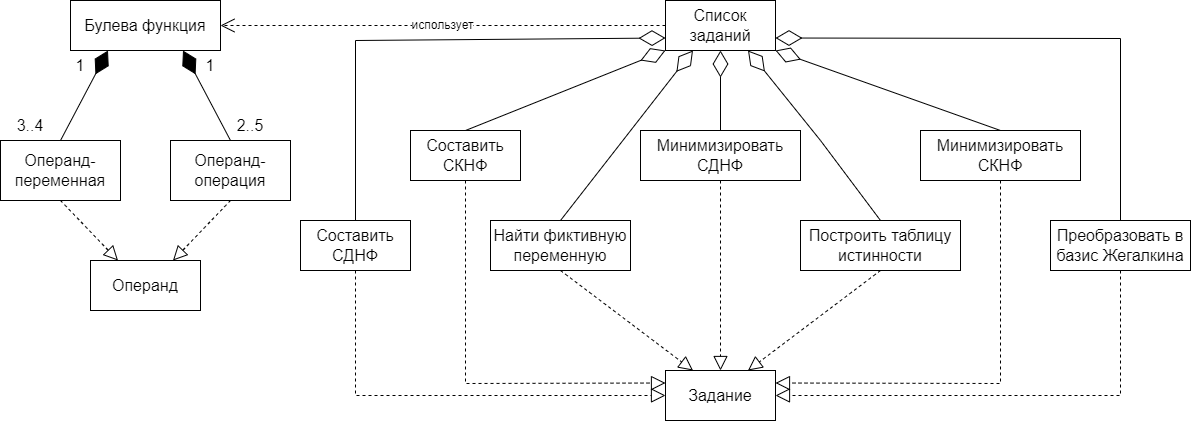
Before: Диаграмма классов предметной области.png, a diagram exported from draw.io (Lily55/TermWork_TRPS). Source tidied: cells renumbered, new cells last; positions are measured from the earlier drawing's top-left corner, leaving out a move shared by most shapes.
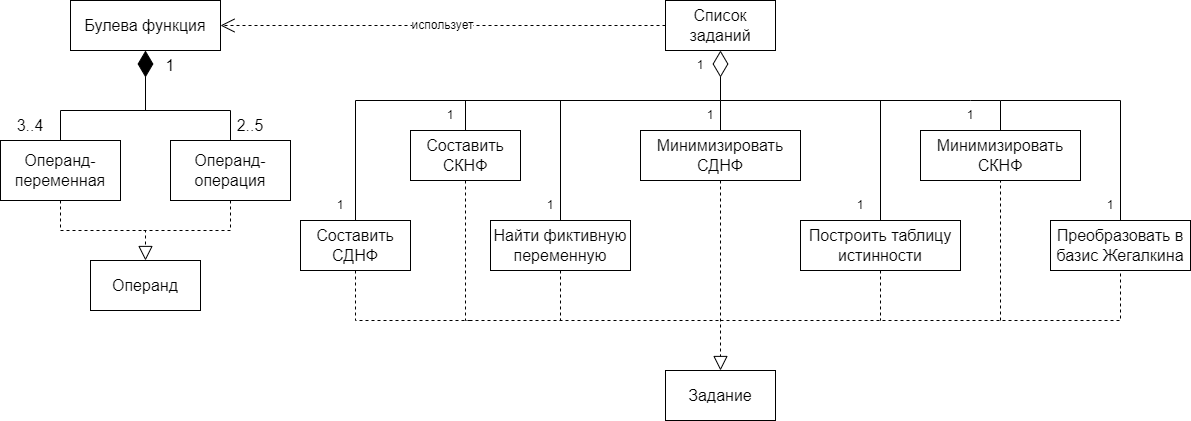
Above is the later version.

Diff of the diagram source:
```diff
@@ -5,36 +5,37 @@
     <mxCell id="2" value="Булева функция" style="html=1;whiteSpace=wrap;fontSize=16;" parent="1" vertex="1">
       <mxGeometry x="70" width="150" height="50" as="geometry" />
     </mxCell>
-    <mxCell id="3" style="endArrow=diamondThin;endFill=1;endSize=24;html=1;rounded=0;fontSize=12;curved=1;entryX=0.25;entryY=1;entryDx=0;entryDy=0;exitX=0.5;exitY=0;exitDx=0;exitDy=0;" parent="1" edge="1" source="4" target="2">
-      <mxGeometry relative="1" as="geometry" />
-    </mxCell>
     <mxCell id="4" value="Операнд-переменная" style="rounded=0;whiteSpace=wrap;html=1;fontSize=16;" parent="1" vertex="1">
       <mxGeometry y="140" width="120" height="60" as="geometry" />
     </mxCell>
     <mxCell id="5" value="Операнд-операция" style="rounded=0;whiteSpace=wrap;html=1;fontSize=16;" parent="1" vertex="1">
       <mxGeometry x="170" y="140" width="120" height="60" as="geometry" />
     </mxCell>
-    <mxCell id="6" value="1" style="text;html=1;strokeColor=none;fillColor=none;align=center;verticalAlign=middle;whiteSpace=wrap;rounded=0;fontSize=16;" parent="1" vertex="1">
-      <mxGeometry x="50" y="50" width="60" height="30" as="geometry" />
-    </mxCell>
     <mxCell id="7" value="3..4" style="text;html=1;strokeColor=none;fillColor=none;align=center;verticalAlign=middle;whiteSpace=wrap;rounded=0;fontSize=16;" parent="1" vertex="1">
       <mxGeometry y="110" width="60" height="30" as="geometry" />
     </mxCell>
-    <mxCell id="8" style="endArrow=diamondThin;endFill=1;endSize=24;html=1;rounded=0;fontSize=12;curved=1;entryX=0.75;entryY=1;entryDx=0;entryDy=0;exitX=0.5;exitY=0;exitDx=0;exitDy=0;" parent="1" edge="1" source="5" target="2">
-      <mxGeometry relative="1" as="geometry" />
+    <mxCell id="8" style="endArrow=diamondThin;endFill=1;endSize=24;html=1;rounded=0;fontSize=12;entryX=0.5;entryY=1;entryDx=0;entryDy=0;exitX=0.5;exitY=0;exitDx=0;exitDy=0;" parent="1" edge="1" source="5" target="2">
+      <mxGeometry relative="1" as="geometry">
+        <Array as="points">
+          <mxPoint x="230" y="110" />
+          <mxPoint x="145" y="110" />
+        </Array>
+      </mxGeometry>
     </mxCell>
     <mxCell id="9" value="1" style="text;html=1;strokeColor=none;fillColor=none;align=center;verticalAlign=middle;whiteSpace=wrap;rounded=0;fontSize=16;" parent="1" vertex="1">
-      <mxGeometry x="180" y="50" width="60" height="30" as="geometry" />
+      <mxGeometry x="140" y="50" width="60" height="30" as="geometry" />
     </mxCell>
     <mxCell id="10" value="2..5" style="text;html=1;strokeColor=none;fillColor=none;align=center;verticalAlign=middle;whiteSpace=wrap;rounded=0;fontSize=16;" parent="1" vertex="1">
       <mxGeometry x="220" y="110" width="60" height="30" as="geometry" />
     </mxCell>
-    <mxCell id="11" style="endArrow=block;dashed=1;endFill=0;endSize=12;html=1;rounded=0;fontSize=12;curved=1;exitX=0.5;exitY=1;exitDx=0;exitDy=0;entryX=0.25;entryY=0;entryDx=0;entryDy=0;" parent="1" edge="1" source="4" target="13">
-      <mxGeometry relative="1" as="geometry" />
+    <mxCell id="11" style="endArrow=block;dashed=1;endFill=0;endSize=12;html=1;rounded=0;fontSize=12;exitX=0.5;exitY=1;exitDx=0;exitDy=0;entryX=0.5;entryY=0;entryDx=0;entryDy=0;" parent="1" edge="1" source="4" target="13">
+      <mxGeometry relative="1" as="geometry">
+        <Array as="points">
+          <mxPoint x="60" y="230" />
+          <mxPoint x="145" y="230" />
+        </Array>
+      </mxGeometry>
     </mxCell>
-    <mxCell id="12" style="endArrow=block;dashed=1;endFill=0;endSize=12;html=1;rounded=0;fontSize=12;curved=1;exitX=0.5;exitY=1;exitDx=0;exitDy=0;entryX=0.75;entryY=0;entryDx=0;entryDy=0;" parent="1" edge="1" source="5" target="13">
-      <mxGeometry relative="1" as="geometry" />
-    </mxCell>
     <mxCell id="13" value="Операнд" style="html=1;whiteSpace=wrap;fontSize=16;" parent="1" vertex="1">
       <mxGeometry x="90" y="260" width="110" height="50" as="geometry" />
     </mxCell>
@@ -65,78 +66,138 @@
     <mxCell id="22" value="Найти фиктивную переменную" style="html=1;whiteSpace=wrap;fontSize=16;" parent="1" vertex="1">
       <mxGeometry x="490" y="220" width="140" height="50" as="geometry" />
     </mxCell>
-    <mxCell id="23" style="endArrow=diamondThin;endFill=0;endSize=24;html=1;rounded=0;fontSize=12;exitX=0.5;exitY=0;exitDx=0;exitDy=0;entryX=0;entryY=1;entryDx=0;entryDy=0;" parent="1" edge="1" source="16" target="19">
-      <mxGeometry relative="1" as="geometry" />
-    </mxCell>
+    <mxCell id="31" value="Задание" style="html=1;whiteSpace=wrap;fontSize=16;" parent="1" vertex="1">
+      <mxGeometry x="665" y="370" width="110" height="50" as="geometry" />
+    </mxCell>
+    <mxCell id="34" style="endArrow=block;dashed=1;endFill=0;endSize=12;html=1;rounded=0;fontSize=12;entryX=0.5;entryY=0;entryDx=0;entryDy=0;exitX=0.5;exitY=1;exitDx=0;exitDy=0;" parent="1" edge="1" source="17" target="31">
+      <mxGeometry relative="1" as="geometry" />
+    </mxCell>
+    <mxCell id="38" style="endArrow=none;dashed=1;html=1;rounded=0;exitX=0.5;exitY=1;exitDx=0;exitDy=0;" parent="1" edge="1" source="5">
+      <mxGeometry relative="1" as="geometry">
+        <mxPoint x="140" y="230" as="targetPoint" />
+        <Array as="points">
+          <mxPoint x="230" y="230" />
+        </Array>
+      </mxGeometry>
+    </mxCell>
+    <mxCell id="39" style="endArrow=none;html=1;rounded=0;exitX=0.5;exitY=0;exitDx=0;exitDy=0;" parent="1" edge="1" source="4">
+      <mxGeometry relative="1" as="geometry">
+        <mxPoint x="150" y="110" as="targetPoint" />
+        <Array as="points">
+          <mxPoint x="60" y="110" />
+        </Array>
+      </mxGeometry>
+    </mxCell>
+    <mxCell id="40" style="endArrow=none;dashed=1;html=1;rounded=0;exitX=0.5;exitY=1;exitDx=0;exitDy=0;" parent="1" edge="1" source="16">
+      <mxGeometry relative="1" as="geometry">
+        <mxPoint x="720" y="320" as="targetPoint" />
+        <Array as="points">
+          <mxPoint x="465" y="320" />
+        </Array>
+      </mxGeometry>
+    </mxCell>
+    <mxCell id="41" style="endArrow=none;dashed=1;html=1;rounded=0;exitX=0.5;exitY=1;exitDx=0;exitDy=0;" parent="1" edge="1" source="15">
+      <mxGeometry relative="1" as="geometry">
+        <mxPoint x="470" y="320" as="targetPoint" />
+        <Array as="points">
+          <mxPoint x="355" y="320" />
+        </Array>
+      </mxGeometry>
+    </mxCell>
+    <mxCell id="42" style="endArrow=none;dashed=1;html=1;rounded=0;entryX=0.5;entryY=1;entryDx=0;entryDy=0;" parent="1" edge="1" target="20">
+      <mxGeometry relative="1" as="geometry">
+        <mxPoint x="720" y="320" as="sourcePoint" />
+        <Array as="points">
+          <mxPoint x="1120" y="320" />
+        </Array>
+      </mxGeometry>
+    </mxCell>
+    <mxCell id="43" style="endArrow=none;dashed=1;html=1;rounded=0;exitX=0.5;exitY=1;exitDx=0;exitDy=0;" parent="1" edge="1" source="21">
+      <mxGeometry relative="1" as="geometry">
+        <mxPoint x="880" y="320" as="targetPoint" />
+      </mxGeometry>
+    </mxCell>
+    <mxCell id="44" style="endArrow=none;dashed=1;html=1;rounded=0;entryX=0.5;entryY=1;entryDx=0;entryDy=0;" parent="1" edge="1" target="18">
+      <mxGeometry relative="1" as="geometry">
+        <mxPoint x="1000" y="320" as="sourcePoint" />
+      </mxGeometry>
+    </mxCell>
-    <mxCell id="24" style="endArrow=diamondThin;endFill=0;endSize=24;html=1;rounded=0;fontSize=12;exitX=0.5;exitY=0;exitDx=0;exitDy=0;entryX=0;entryY=0.75;entryDx=0;entryDy=0;" parent="1" edge="1" source="15" target="19">
+    <mxCell id="24" style="endArrow=diamondThin;endFill=0;endSize=24;html=1;rounded=0;exitX=0.5;exitY=0;exitDx=0;exitDy=0;entryX=0.5;entryY=1;entryDx=0;entryDy=0;" parent="1" edge="1" source="15" target="19">
       <mxGeometry relative="1" as="geometry">
         <Array as="points">
-          <mxPoint x="355" y="40" />
+          <mxPoint x="355" y="100" />
+          <mxPoint x="720" y="100" />
         </Array>
       </mxGeometry>
     </mxCell>
-    <mxCell id="25" style="endArrow=diamondThin;endFill=0;endSize=24;html=1;rounded=0;fontSize=12;exitX=0.5;exitY=0;exitDx=0;exitDy=0;entryX=0.25;entryY=1;entryDx=0;entryDy=0;" parent="1" edge="1" source="22" target="19">
-      <mxGeometry relative="1" as="geometry" />
-    </mxCell>
-    <mxCell id="26" style="endArrow=diamondThin;endFill=0;endSize=24;html=1;rounded=0;fontSize=12;exitX=0.5;exitY=0;exitDx=0;exitDy=0;entryX=0.5;entryY=1;entryDx=0;entryDy=0;" parent="1" edge="1" source="17" target="19">
-      <mxGeometry relative="1" as="geometry" />
-    </mxCell>
-    <mxCell id="27" style="endArrow=diamondThin;endFill=0;endSize=24;html=1;rounded=0;fontSize=12;exitX=0.5;exitY=0;exitDx=0;exitDy=0;entryX=0.75;entryY=1;entryDx=0;entryDy=0;" parent="1" edge="1" source="21" target="19">
-      <mxGeometry relative="1" as="geometry">
-        <Array as="points">
-          <mxPoint x="820" y="140" />
-        </Array>
-      </mxGeometry>
-    </mxCell>
-    <mxCell id="28" style="endArrow=diamondThin;endFill=0;endSize=24;html=1;rounded=0;fontSize=12;exitX=0.5;exitY=0;exitDx=0;exitDy=0;entryX=1;entryY=1;entryDx=0;entryDy=0;" parent="1" edge="1" source="18" target="19">
-      <mxGeometry relative="1" as="geometry" />
-    </mxCell>
-    <mxCell id="29" style="endArrow=diamondThin;endFill=0;endSize=24;html=1;rounded=0;fontSize=12;exitX=0.5;exitY=0;exitDx=0;exitDy=0;entryX=1;entryY=0.75;entryDx=0;entryDy=0;" parent="1" edge="1" source="20" target="19">
-      <mxGeometry relative="1" as="geometry">
-        <Array as="points">
-          <mxPoint x="1120" y="38" />
-        </Array>
-      </mxGeometry>
-    </mxCell>
-    <mxCell id="30" style="endArrow=block;dashed=1;endFill=0;endSize=12;html=1;rounded=0;fontSize=12;entryX=0;entryY=0.5;entryDx=0;entryDy=0;exitX=0.5;exitY=1;exitDx=0;exitDy=0;" parent="1" edge="1" source="15" target="31">
-      <mxGeometry relative="1" as="geometry">
-        <Array as="points">
-          <mxPoint x="355" y="395" />
-        </Array>
-      </mxGeometry>
-    </mxCell>
-    <mxCell id="31" value="Задание" style="html=1;whiteSpace=wrap;fontSize=16;" parent="1" vertex="1">
-      <mxGeometry x="665" y="370" width="110" height="50" as="geometry" />
-    </mxCell>
-    <mxCell id="32" style="endArrow=block;dashed=1;endFill=0;endSize=12;html=1;rounded=0;fontSize=12;entryX=0;entryY=0.25;entryDx=0;entryDy=0;exitX=0.5;exitY=1;exitDx=0;exitDy=0;" parent="1" edge="1" source="16" target="31">
-      <mxGeometry relative="1" as="geometry">
-        <Array as="points">
-          <mxPoint x="465" y="383" />
-        </Array>
-      </mxGeometry>
-    </mxCell>
-    <mxCell id="33" style="endArrow=block;dashed=1;endFill=0;endSize=12;html=1;rounded=0;fontSize=12;entryX=0.25;entryY=0;entryDx=0;entryDy=0;exitX=0.5;exitY=1;exitDx=0;exitDy=0;" parent="1" edge="1" source="22" target="31">
-      <mxGeometry relative="1" as="geometry" />
-    </mxCell>
-    <mxCell id="34" style="endArrow=block;dashed=1;endFill=0;endSize=12;html=1;rounded=0;fontSize=12;entryX=0.5;entryY=0;entryDx=0;entryDy=0;exitX=0.5;exitY=1;exitDx=0;exitDy=0;" parent="1" edge="1" source="17" target="31">
-      <mxGeometry relative="1" as="geometry" />
-    </mxCell>
-    <mxCell id="35" style="endArrow=block;dashed=1;endFill=0;endSize=12;html=1;rounded=0;fontSize=12;entryX=0.75;entryY=0;entryDx=0;entryDy=0;exitX=0.5;exitY=1;exitDx=0;exitDy=0;" parent="1" edge="1" source="21" target="31">
-      <mxGeometry relative="1" as="geometry" />
-    </mxCell>
-    <mxCell id="36" style="endArrow=block;dashed=1;endFill=0;endSize=12;html=1;rounded=0;fontSize=12;entryX=1;entryY=0.25;entryDx=0;entryDy=0;exitX=0.5;exitY=1;exitDx=0;exitDy=0;" parent="1" edge="1" source="18" target="31">
-      <mxGeometry relative="1" as="geometry">
-        <Array as="points">
-          <mxPoint x="1000" y="383" />
-        </Array>
-      </mxGeometry>
-    </mxCell>
-    <mxCell id="37" style="endArrow=block;dashed=1;endFill=0;endSize=12;html=1;rounded=0;fontSize=12;entryX=1;entryY=0.5;entryDx=0;entryDy=0;exitX=0.5;exitY=1;exitDx=0;exitDy=0;" parent="1" edge="1" source="20" target="31">
-      <mxGeometry relative="1" as="geometry">
-        <Array as="points">
-          <mxPoint x="1120" y="395" />
-        </Array>
-      </mxGeometry>
-    </mxCell>
+    <mxCell id="45" style="endArrow=none;html=1;rounded=0;exitX=0.5;exitY=0;exitDx=0;exitDy=0;" parent="1" edge="1" source="16">
+      <mxGeometry relative="1" as="geometry">
+        <mxPoint x="465" y="100" as="targetPoint" />
+      </mxGeometry>
+    </mxCell>
+    <mxCell id="46" style="endArrow=none;html=1;rounded=0;entryX=0.5;entryY=0;entryDx=0;entryDy=0;" parent="1" edge="1" target="17">
+      <mxGeometry relative="1" as="geometry">
+        <mxPoint x="720" y="100" as="sourcePoint" />
+      </mxGeometry>
+    </mxCell>
+    <mxCell id="47" style="endArrow=none;html=1;rounded=0;entryX=0.5;entryY=0;entryDx=0;entryDy=0;exitX=0.5;exitY=0;exitDx=0;exitDy=0;" parent="1" edge="1" source="59" target="18">
+      <mxGeometry relative="1" as="geometry">
+        <Array as="points">
+          <mxPoint x="1000" y="100" />
+        </Array>
+      </mxGeometry>
+    </mxCell>
+    <mxCell id="48" style="endArrow=none;html=1;rounded=0;exitX=0.5;exitY=0;exitDx=0;exitDy=0;" parent="1" edge="1" source="20">
+      <mxGeometry relative="1" as="geometry">
+        <mxPoint x="1000" y="100" as="targetPoint" />
+        <Array as="points">
+          <mxPoint x="1120" y="100" />
+        </Array>
+      </mxGeometry>
+    </mxCell>
+    <mxCell id="49" style="endArrow=none;html=1;rounded=0;exitX=0.5;exitY=0;exitDx=0;exitDy=0;" parent="1" edge="1" source="22">
+      <mxGeometry relative="1" as="geometry">
+        <mxPoint x="560" y="100" as="targetPoint" />
+      </mxGeometry>
+    </mxCell>
+    <mxCell id="50" style="endArrow=none;html=1;rounded=0;exitX=0.5;exitY=0;exitDx=0;exitDy=0;" parent="1" edge="1" source="21">
+      <mxGeometry relative="1" as="geometry">
+        <mxPoint x="880" y="100" as="targetPoint" />
+      </mxGeometry>
+    </mxCell>
+    <mxCell id="51" style="endArrow=none;dashed=1;html=1;rounded=0;exitX=0.5;exitY=1;exitDx=0;exitDy=0;" parent="1" edge="1" source="22">
+      <mxGeometry relative="1" as="geometry">
+        <mxPoint x="560" y="320" as="targetPoint" />
+      </mxGeometry>
+    </mxCell>
+    <mxCell id="52" value="1" style="text;html=1;strokeColor=none;fillColor=none;align=center;verticalAlign=middle;whiteSpace=wrap;rounded=0;" parent="1" vertex="1">
+      <mxGeometry x="670" y="50" width="60" height="30" as="geometry" />
+    </mxCell>
+    <mxCell id="53" value="1" style="text;html=1;strokeColor=none;fillColor=none;align=center;verticalAlign=middle;whiteSpace=wrap;rounded=0;" parent="1" vertex="1">
+      <mxGeometry x="310" y="190" width="60" height="30" as="geometry" />
+    </mxCell>
+    <mxCell id="54" value="1" style="text;html=1;strokeColor=none;fillColor=none;align=center;verticalAlign=middle;whiteSpace=wrap;rounded=0;" parent="1" vertex="1">
+      <mxGeometry x="420" y="100" width="60" height="30" as="geometry" />
+    </mxCell>
+    <mxCell id="55" value="1" style="text;html=1;strokeColor=none;fillColor=none;align=center;verticalAlign=middle;whiteSpace=wrap;rounded=0;" parent="1" vertex="1">
+      <mxGeometry x="520" y="190" width="60" height="30" as="geometry" />
+    </mxCell>
+    <mxCell id="56" value="1" style="text;html=1;strokeColor=none;fillColor=none;align=center;verticalAlign=middle;whiteSpace=wrap;rounded=0;" parent="1" vertex="1">
+      <mxGeometry x="680" y="100" width="60" height="30" as="geometry" />
+    </mxCell>
+    <mxCell id="57" value="1" style="text;html=1;strokeColor=none;fillColor=none;align=center;verticalAlign=middle;whiteSpace=wrap;rounded=0;" parent="1" vertex="1">
+      <mxGeometry x="830" y="190" width="60" height="30" as="geometry" />
+    </mxCell>
+    <mxCell id="58" style="endArrow=none;html=1;rounded=0;entryX=0.5;entryY=0;entryDx=0;entryDy=0;" parent="1" edge="1" target="59">
+      <mxGeometry relative="1" as="geometry">
+        <mxPoint x="720" y="100" as="sourcePoint" />
+      </mxGeometry>
+    </mxCell>
+    <mxCell id="59" value="1" style="text;html=1;strokeColor=none;fillColor=none;align=center;verticalAlign=middle;whiteSpace=wrap;rounded=0;labelBorderColor=none;" parent="1" vertex="1">
+      <mxGeometry x="940" y="100" width="60" height="30" as="geometry" />
+    </mxCell>
+    <mxCell id="60" value="1" style="text;html=1;strokeColor=none;fillColor=none;align=center;verticalAlign=middle;whiteSpace=wrap;rounded=0;" parent="1" vertex="1">
+      <mxGeometry x="1080" y="190" width="60" height="30" as="geometry" />
+    </mxCell>
   </root>
 </mxGraphModel>
```
